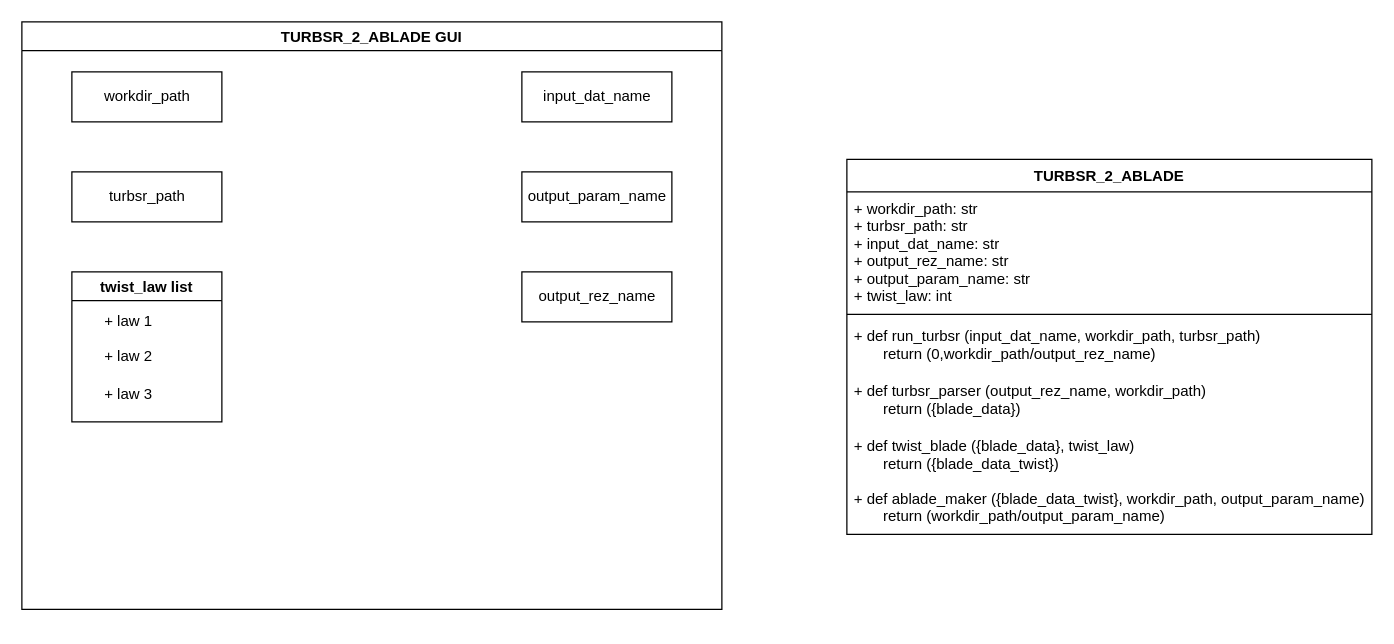
AleksTikhonov/CML-Bench-API keeps this draw.io diagram as Class profile.drawio. Above is the earlier version. Source tidied: cells renumbered, new cells numbered last; positions are measured from the earlier drawing's top-left corner, leaving out a move shared by most shapes. Both pictures are drawn from the tidied source at 125%, with x=0, y=0 at pixel (21, 21).
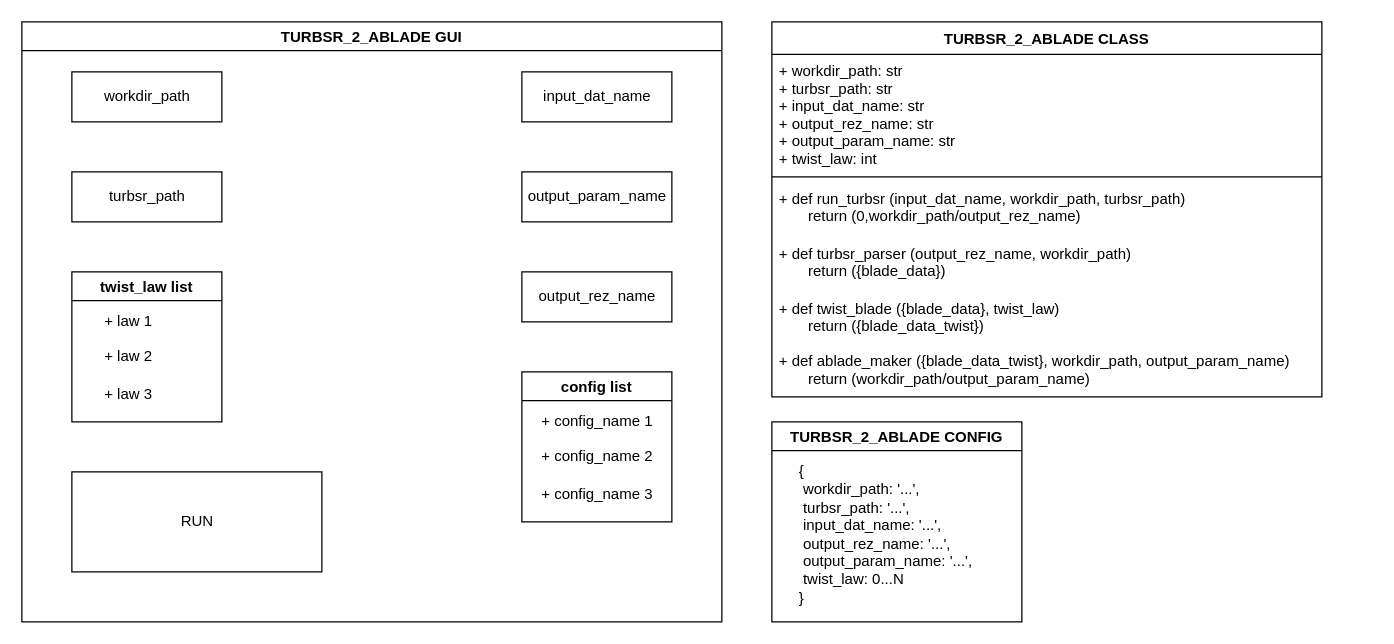
The same page after the edit.

Diff of the diagram source:
```diff
@@
-    <mxCell id="2" value="TURBSR_2_ABLADE" style="swimlane;fontStyle=1;align=center;verticalAlign=top;horizontal=1;startSize=26;" parent="1" vertex="1">
-      <mxGeometry x="660" y="110" width="420" height="300" as="geometry" />
+    <mxCell id="2" value="TURBSR_2_ABLADE CLASS" style="swimlane;fontStyle=1;align=center;verticalAlign=top;horizontal=1;startSize=26;" parent="1" vertex="1">
+      <mxGeometry x="600" width="440" height="300" as="geometry" />
     </mxCell>
     <mxCell id="3" value="+ workdir_path: str&#10;+ turbsr_path: str&#10;+ input_dat_name: str&#10;+ output_rez_name: str&#10;+ output_param_name: str&#10;+ twist_law: int" style="text;strokeColor=none;fillColor=none;align=left;verticalAlign=top;spacingLeft=4;spacingRight=4;overflow=hidden;" parent="2" vertex="1">
-      <mxGeometry y="26" width="420" height="94" as="geometry" />
+      <mxGeometry y="26" width="440" height="94" as="geometry" />
     </mxCell>
     <mxCell id="4" style="line;strokeWidth=1;fillColor=none;align=left;verticalAlign=middle;spacingTop=-1;spacingLeft=3;spacingRight=3;labelPosition=right;" parent="2" vertex="1">
-      <mxGeometry y="120" width="420" height="8" as="geometry" />
+      <mxGeometry y="120" width="440" height="8" as="geometry" />
     </mxCell>
     <mxCell id="5" value="+ def run_turbsr (input_dat_name, workdir_path, turbsr_path)&#10;       return (0,workdir_path/output_rez_name)" style="text;strokeColor=none;fillColor=none;align=left;verticalAlign=top;spacingLeft=4;spacingRight=4;overflow=hidden;" parent="2" vertex="1">
-      <mxGeometry y="128" width="420" height="44" as="geometry" />
+      <mxGeometry y="128" width="440" height="44" as="geometry" />
     </mxCell>
     <mxCell id="6" value="+ def turbsr_parser (output_rez_name, workdir_path)&#10;       return ({blade_data})" style="text;strokeColor=none;fillColor=none;align=left;verticalAlign=top;spacingLeft=4;spacingRight=4;overflow=hidden;" parent="2" vertex="1">
-      <mxGeometry y="172" width="420" height="44" as="geometry" />
+      <mxGeometry y="172" width="440" height="44" as="geometry" />
     </mxCell>
     <mxCell id="7" value="+ def twist_blade ({blade_data}, twist_law)&#10;       return ({blade_data_twist})" style="text;strokeColor=none;fillColor=none;align=left;verticalAlign=top;spacingLeft=4;spacingRight=4;overflow=hidden;" parent="2" vertex="1">
-      <mxGeometry y="216" width="420" height="42" as="geometry" />
+      <mxGeometry y="216" width="440" height="42" as="geometry" />
     </mxCell>
     <mxCell id="8" value="+ def ablade_maker ({blade_data_twist}, workdir_path, output_param_name)&#10;       return (workdir_path/output_param_name)" style="text;strokeColor=none;fillColor=none;align=left;verticalAlign=top;spacingLeft=4;spacingRight=4;overflow=hidden;" parent="2" vertex="1">
-      <mxGeometry y="258" width="420" height="42" as="geometry" />
+      <mxGeometry y="258" width="440" height="42" as="geometry" />
     </mxCell>
     <mxCell id="9" value="TURBSR_2_ABLADE GUI" style="swimlane;" parent="1" vertex="1">
-      <mxGeometry width="560" height="470" as="geometry" />
+      <mxGeometry width="560" height="480" as="geometry" />
     </mxCell>
@@
+    <mxCell id="19" value="RUN" style="html=1;" parent="9" vertex="1">
+      <mxGeometry x="40" y="360" width="200" height="80" as="geometry" />
+    </mxCell>
+    <mxCell id="20" value="config list" style="swimlane;" parent="9" vertex="1">
+      <mxGeometry x="400" y="280" width="120" height="120" as="geometry" />
+    </mxCell>
+    <mxCell id="21" value="+ config_name 1" style="text;html=1;align=center;verticalAlign=middle;strokeColor=none;" parent="20" vertex="1">
+      <mxGeometry x="10" y="30" width="100" height="20" as="geometry" />
+    </mxCell>
+    <mxCell id="22" value="+ config_name&amp;nbsp;2" style="text;html=1;align=center;verticalAlign=middle;strokeColor=none;" parent="20" vertex="1">
+      <mxGeometry x="10" y="58" width="100" height="20" as="geometry" />
+    </mxCell>
+    <mxCell id="23" value="+ config_name&amp;nbsp;3" style="text;html=1;align=center;verticalAlign=middle;strokeColor=none;" parent="20" vertex="1">
+      <mxGeometry x="10" y="88" width="100" height="20" as="geometry" />
+    </mxCell>
+    <mxCell id="24" value="TURBSR_2_ABLADE CONFIG" style="swimlane;" parent="1" vertex="1">
+      <mxGeometry x="600" y="320" width="200" height="160" as="geometry" />
+    </mxCell>
+    <mxCell id="25" value="{&lt;br&gt;&lt;span style=&quot;white-space: pre&quot;&gt; &lt;/span&gt;workdir_path: '...',&lt;br&gt;&lt;span style=&quot;white-space: pre&quot;&gt; &lt;/span&gt;turbsr_path: '...',&lt;br&gt;&lt;span style=&quot;white-space: pre&quot;&gt; &lt;/span&gt;input_dat_name: '...',&lt;br&gt;&lt;span style=&quot;white-space: pre&quot;&gt; &lt;/span&gt;output_rez_name: '...',&lt;br&gt;&lt;span style=&quot;white-space: pre&quot;&gt; &lt;/span&gt;output_param_name: '...',&lt;br&gt;&lt;span style=&quot;white-space: pre&quot;&gt; &lt;/span&gt;twist_law: 0...N&lt;br&gt;}" style="text;html=1;align=left;verticalAlign=middle;strokeColor=none;" parent="24" vertex="1">
+      <mxGeometry x="20" y="30" width="180" height="120" as="geometry" />
+    </mxCell>
```
